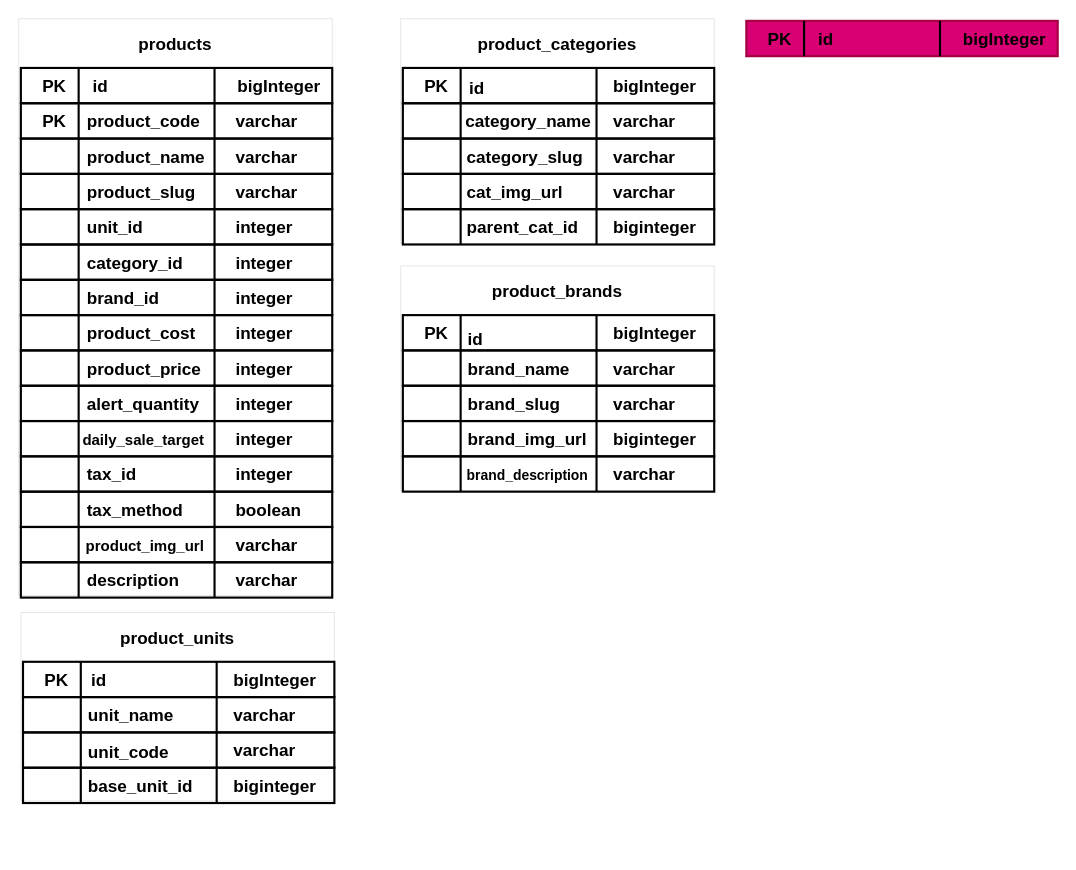
Above: page "products" (1 of 4) of inventory_db.drawio in efthakhar/inventory_sytem_database_design (draw.io), before the change. Source tidied: cells renumbered, new cells numbered last; positions are measured from the earlier drawing's top-left corner, leaving out a move shared by most shapes. Both pictures are drawn from the tidied source at 107%, with x=0, y=0 at pixel (18, 18).
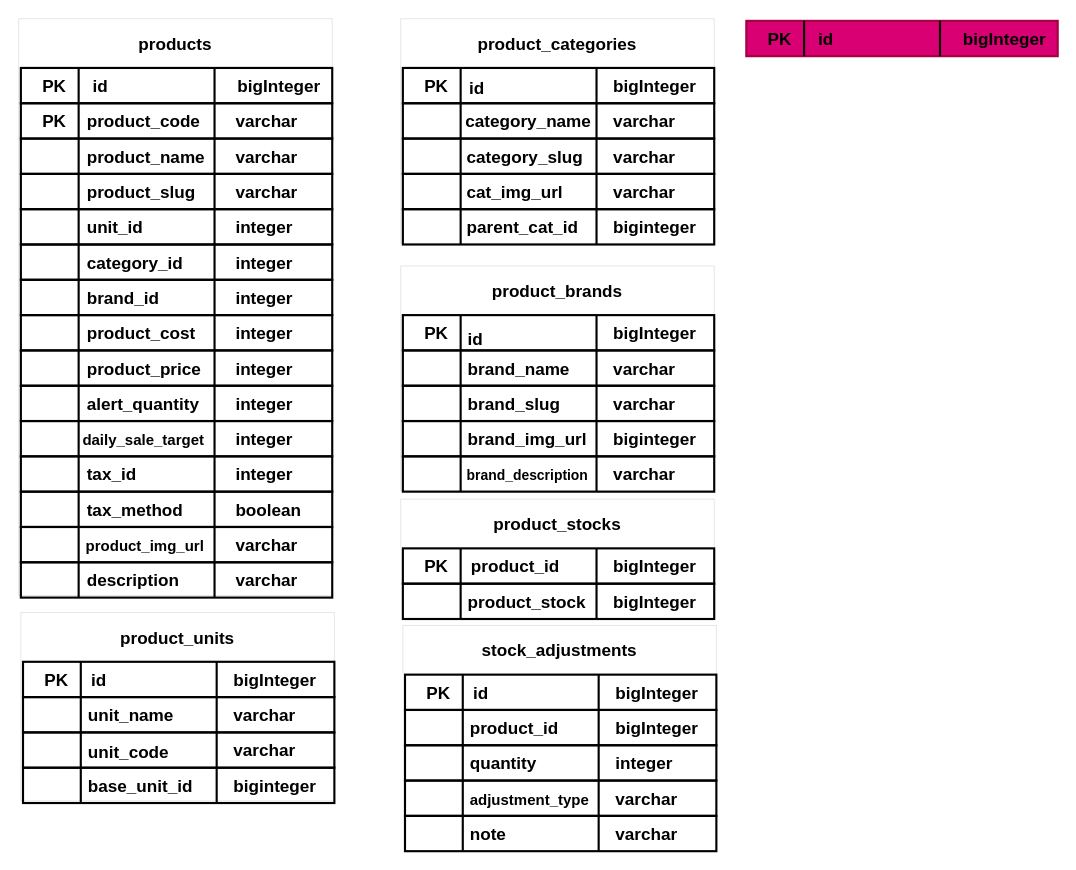
Above is the later version.

Change to the diagram source:
```diff
@@
+    <mxCell id="163" value="product_stocks" style="swimlane;startSize=45;fontSize=16;strokeColor=#000000;swimlaneLine=0;fontColor=default;strokeWidth=0;rounded=0;" parent="1" vertex="1">
+      <mxGeometry x="357" y="449" width="293" height="45" as="geometry" />
+    </mxCell>
+    <mxCell id="164" style="rounded=0;whiteSpace=wrap;html=1;labelBorderColor=none;fontSize=12;fontColor=default;strokeColor=#000000;strokeWidth=2;fillColor=none;flipV=0;flipH=1;rotation=0;" parent="163" vertex="1">
+      <mxGeometry x="2" y="46" width="291" height="33" as="geometry" />
+    </mxCell>
+    <mxCell id="165" value="bigInteger" style="text;html=1;align=left;verticalAlign=middle;fillColor=none;strokeColor=none;rounded=0;labelBorderColor=none;fontSize=16;fontColor=#000000;fontStyle=1;labelPosition=center;verticalLabelPosition=middle;spacing=0;flipV=0;flipH=1;rotation=0;" parent="164" vertex="1">
+      <mxGeometry x="197" y="5" width="87" height="23" as="geometry" />
+    </mxCell>
+    <mxCell id="166" value="product_id" style="text;html=1;align=left;verticalAlign=middle;fillColor=none;strokeColor=none;rounded=0;labelBorderColor=none;fontSize=16;fontColor=#000000;fontStyle=1;labelPosition=center;verticalLabelPosition=middle;flipV=0;flipH=1;rotation=0;" parent="164" vertex="1">
+      <mxGeometry x="62" y="5" width="93" height="23" as="geometry" />
+    </mxCell>
+    <mxCell id="167" value="PK" style="text;html=1;align=center;verticalAlign=middle;fillColor=none;strokeColor=none;rounded=0;labelBorderColor=none;fontSize=16;fontColor=#000000;fontStyle=1;labelPosition=center;verticalLabelPosition=middle;flipV=0;flipH=1;rotation=0;" parent="164" vertex="1">
+      <mxGeometry x="15" y="5" width="32" height="23" as="geometry" />
+    </mxCell>
+    <mxCell id="168" style="line;strokeWidth=2;direction=south;html=1;perimeter=backbonePerimeter;labelBorderColor=none;fontSize=12;fontColor=#000000;fillColor=none;strokeColor=#000000;flipV=0;flipH=1;rotation=0;rounded=0;" parent="164" vertex="1">
+      <mxGeometry x="49" width="10" height="33" as="geometry" />
+    </mxCell>
+    <mxCell id="169" style="line;strokeWidth=2;direction=south;html=1;perimeter=backbonePerimeter;labelBorderColor=none;fontSize=12;fontColor=#000000;fillColor=none;strokeColor=#000000;flipV=0;flipH=1;rotation=0;rounded=0;" parent="164" vertex="1">
+      <mxGeometry x="176" width="10" height="33" as="geometry" />
+    </mxCell>
+    <mxCell id="170" style="rounded=0;whiteSpace=wrap;html=1;labelBorderColor=none;fontSize=12;fontColor=default;strokeColor=#000000;strokeWidth=2;fillColor=none;flipV=0;flipH=1;rotation=0;" parent="1" vertex="1">
+      <mxGeometry x="359" y="528" width="291" height="33" as="geometry" />
+    </mxCell>
+    <mxCell id="171" value="bigInteger" style="text;html=1;align=left;verticalAlign=middle;fillColor=none;strokeColor=none;rounded=0;labelBorderColor=none;fontSize=16;fontColor=#000000;fontStyle=1;labelPosition=center;verticalLabelPosition=middle;spacing=0;flipV=0;flipH=1;rotation=0;" parent="170" vertex="1">
+      <mxGeometry x="197" y="5" width="87" height="23" as="geometry" />
+    </mxCell>
+    <mxCell id="172" value="product_stock" style="text;html=1;align=left;verticalAlign=middle;fillColor=none;strokeColor=none;rounded=0;labelBorderColor=none;fontSize=16;fontColor=#000000;fontStyle=1;labelPosition=center;verticalLabelPosition=middle;flipV=0;flipH=1;rotation=0;" parent="170" vertex="1">
+      <mxGeometry x="59" y="5" width="120" height="23" as="geometry" />
+    </mxCell>
+    <mxCell id="173" style="line;strokeWidth=2;direction=south;html=1;perimeter=backbonePerimeter;labelBorderColor=none;fontSize=12;fontColor=#000000;fillColor=none;strokeColor=#000000;flipV=0;flipH=1;rotation=0;rounded=0;" parent="170" vertex="1">
+      <mxGeometry x="49" width="10" height="33" as="geometry" />
+    </mxCell>
+    <mxCell id="174" style="line;strokeWidth=2;direction=south;html=1;perimeter=backbonePerimeter;labelBorderColor=none;fontSize=12;fontColor=#000000;fillColor=none;strokeColor=#000000;flipV=0;flipH=1;rotation=0;rounded=0;" parent="170" vertex="1">
+      <mxGeometry x="176" width="10" height="33" as="geometry" />
+    </mxCell>
+    <mxCell id="175" style="rounded=0;whiteSpace=wrap;html=1;labelBorderColor=none;fontSize=12;fontColor=default;strokeColor=#000000;strokeWidth=2;fillColor=none;flipV=0;flipH=1;rotation=0;" parent="1" vertex="1">
+      <mxGeometry x="361" y="679" width="291" height="33" as="geometry" />
+    </mxCell>
+    <mxCell id="176" value="integer" style="text;html=1;align=left;verticalAlign=middle;fillColor=none;strokeColor=none;rounded=0;labelBorderColor=none;fontSize=16;fontColor=#000000;fontStyle=1;labelPosition=center;verticalLabelPosition=middle;spacing=0;flipV=0;flipH=1;rotation=0;" parent="175" vertex="1">
+      <mxGeometry x="197" y="5" width="63" height="23" as="geometry" />
+    </mxCell>
+    <mxCell id="177" value="quantity" style="text;html=1;align=left;verticalAlign=middle;fillColor=none;strokeColor=none;rounded=0;labelBorderColor=none;fontSize=16;fontColor=#000000;fontStyle=1;labelPosition=center;verticalLabelPosition=middle;flipV=0;flipH=1;rotation=0;" parent="175" vertex="1">
+      <mxGeometry x="59" y="5" width="72" height="23" as="geometry" />
+    </mxCell>
+    <mxCell id="178" style="line;strokeWidth=2;direction=south;html=1;perimeter=backbonePerimeter;labelBorderColor=none;fontSize=12;fontColor=#000000;fillColor=none;strokeColor=#000000;flipV=0;flipH=1;rotation=0;rounded=0;" parent="175" vertex="1">
+      <mxGeometry x="49" width="10" height="33" as="geometry" />
+    </mxCell>
+    <mxCell id="179" style="line;strokeWidth=2;direction=south;html=1;perimeter=backbonePerimeter;labelBorderColor=none;fontSize=12;fontColor=#000000;fillColor=none;strokeColor=#000000;flipV=0;flipH=1;rotation=0;rounded=0;" parent="175" vertex="1">
+      <mxGeometry x="176" width="10" height="33" as="geometry" />
+    </mxCell>
+    <mxCell id="180" value="stock_adjustments" style="swimlane;startSize=45;fontSize=16;strokeColor=#000000;swimlaneLine=0;fontColor=default;strokeWidth=0;rounded=0;" parent="1" vertex="1">
+      <mxGeometry x="359" y="567" width="293" height="45" as="geometry" />
+    </mxCell>
+    <mxCell id="181" style="rounded=0;whiteSpace=wrap;html=1;labelBorderColor=none;fontSize=12;fontColor=default;strokeColor=#000000;strokeWidth=2;fillColor=none;flipV=0;flipH=1;rotation=0;" parent="180" vertex="1">
+      <mxGeometry x="2" y="46" width="291" height="33" as="geometry" />
+    </mxCell>
+    <mxCell id="182" value="bigInteger" style="text;html=1;align=left;verticalAlign=middle;fillColor=none;strokeColor=none;rounded=0;labelBorderColor=none;fontSize=16;fontColor=#000000;fontStyle=1;labelPosition=center;verticalLabelPosition=middle;spacing=0;flipV=0;flipH=1;rotation=0;" parent="181" vertex="1">
+      <mxGeometry x="197" y="5" width="87" height="23" as="geometry" />
+    </mxCell>
+    <mxCell id="183" value="id" style="text;html=1;align=left;verticalAlign=middle;fillColor=none;strokeColor=none;rounded=0;labelBorderColor=none;fontSize=16;fontColor=#000000;fontStyle=1;labelPosition=center;verticalLabelPosition=middle;flipV=0;flipH=1;rotation=0;" parent="181" vertex="1">
+      <mxGeometry x="62" y="5" width="24" height="23" as="geometry" />
+    </mxCell>
+    <mxCell id="184" value="PK" style="text;html=1;align=center;verticalAlign=middle;fillColor=none;strokeColor=none;rounded=0;labelBorderColor=none;fontSize=16;fontColor=#000000;fontStyle=1;labelPosition=center;verticalLabelPosition=middle;flipV=0;flipH=1;rotation=0;" parent="181" vertex="1">
+      <mxGeometry x="15" y="5" width="32" height="23" as="geometry" />
+    </mxCell>
+    <mxCell id="185" style="line;strokeWidth=2;direction=south;html=1;perimeter=backbonePerimeter;labelBorderColor=none;fontSize=12;fontColor=#000000;fillColor=none;strokeColor=#000000;flipV=0;flipH=1;rotation=0;rounded=0;" parent="181" vertex="1">
+      <mxGeometry x="49" width="10" height="33" as="geometry" />
+    </mxCell>
+    <mxCell id="186" style="line;strokeWidth=2;direction=south;html=1;perimeter=backbonePerimeter;labelBorderColor=none;fontSize=12;fontColor=#000000;fillColor=none;strokeColor=#000000;flipV=0;flipH=1;rotation=0;rounded=0;" parent="181" vertex="1">
+      <mxGeometry x="176" width="10" height="33" as="geometry" />
+    </mxCell>
+    <mxCell id="187" style="rounded=0;whiteSpace=wrap;html=1;labelBorderColor=none;fontSize=12;fontColor=default;strokeColor=#000000;strokeWidth=2;fillColor=none;flipV=0;flipH=1;rotation=0;" parent="1" vertex="1">
+      <mxGeometry x="361" y="646" width="291" height="33" as="geometry" />
+    </mxCell>
+    <mxCell id="188" value="bigInteger" style="text;html=1;align=left;verticalAlign=middle;fillColor=none;strokeColor=none;rounded=0;labelBorderColor=none;fontSize=16;fontColor=#000000;fontStyle=1;labelPosition=center;verticalLabelPosition=middle;spacing=0;flipV=0;flipH=1;rotation=0;" parent="187" vertex="1">
+      <mxGeometry x="197" y="5" width="87" height="23" as="geometry" />
+    </mxCell>
+    <mxCell id="189" value="product_id" style="text;html=1;align=left;verticalAlign=middle;fillColor=none;strokeColor=none;rounded=0;labelBorderColor=none;fontSize=16;fontColor=#000000;fontStyle=1;labelPosition=center;verticalLabelPosition=middle;flipV=0;flipH=1;rotation=0;" parent="187" vertex="1">
+      <mxGeometry x="59" y="5" width="93" height="23" as="geometry" />
+    </mxCell>
+    <mxCell id="190" style="line;strokeWidth=2;direction=south;html=1;perimeter=backbonePerimeter;labelBorderColor=none;fontSize=12;fontColor=#000000;fillColor=none;strokeColor=#000000;flipV=0;flipH=1;rotation=0;rounded=0;" parent="187" vertex="1">
+      <mxGeometry x="49" width="10" height="33" as="geometry" />
+    </mxCell>
+    <mxCell id="191" style="line;strokeWidth=2;direction=south;html=1;perimeter=backbonePerimeter;labelBorderColor=none;fontSize=12;fontColor=#000000;fillColor=none;strokeColor=#000000;flipV=0;flipH=1;rotation=0;rounded=0;" parent="187" vertex="1">
+      <mxGeometry x="176" width="10" height="33" as="geometry" />
+    </mxCell>
+    <mxCell id="192" style="rounded=0;whiteSpace=wrap;html=1;labelBorderColor=none;fontSize=12;fontColor=default;strokeColor=#000000;strokeWidth=2;fillColor=none;flipV=0;flipH=1;rotation=0;" parent="1" vertex="1">
+      <mxGeometry x="361" y="712" width="291" height="33" as="geometry" />
+    </mxCell>
+    <mxCell id="193" value="varchar" style="text;html=1;align=left;verticalAlign=middle;fillColor=none;strokeColor=none;rounded=0;labelBorderColor=none;fontSize=16;fontColor=#000000;fontStyle=1;labelPosition=center;verticalLabelPosition=middle;spacing=0;flipV=0;flipH=1;rotation=0;" parent="192" vertex="1">
+      <mxGeometry x="197" y="5" width="68" height="23" as="geometry" />
+    </mxCell>
+    <mxCell id="194" value="&lt;font style=&quot;font-size: 14px&quot;&gt;adjustment_type&lt;/font&gt;" style="text;html=1;align=left;verticalAlign=middle;fillColor=none;strokeColor=none;rounded=0;labelBorderColor=none;fontSize=16;fontColor=#000000;fontStyle=1;labelPosition=center;verticalLabelPosition=middle;flipV=0;flipH=1;rotation=0;" parent="192" vertex="1">
+      <mxGeometry x="59" y="5" width="121" height="24" as="geometry" />
+    </mxCell>
+    <mxCell id="195" style="line;strokeWidth=2;direction=south;html=1;perimeter=backbonePerimeter;labelBorderColor=none;fontSize=12;fontColor=#000000;fillColor=none;strokeColor=#000000;flipV=0;flipH=1;rotation=0;rounded=0;" parent="192" vertex="1">
+      <mxGeometry x="49" width="10" height="33" as="geometry" />
+    </mxCell>
+    <mxCell id="196" style="line;strokeWidth=2;direction=south;html=1;perimeter=backbonePerimeter;labelBorderColor=none;fontSize=12;fontColor=#000000;fillColor=none;strokeColor=#000000;flipV=0;flipH=1;rotation=0;rounded=0;" parent="192" vertex="1">
+      <mxGeometry x="176" width="10" height="33" as="geometry" />
+    </mxCell>
+    <mxCell id="197" style="rounded=0;whiteSpace=wrap;html=1;labelBorderColor=none;fontSize=12;fontColor=default;strokeColor=#000000;strokeWidth=2;fillColor=none;flipV=0;flipH=1;rotation=0;" parent="1" vertex="1">
+      <mxGeometry x="361" y="745" width="291" height="33" as="geometry" />
+    </mxCell>
+    <mxCell id="198" value="varchar" style="text;html=1;align=left;verticalAlign=middle;fillColor=none;strokeColor=none;rounded=0;labelBorderColor=none;fontSize=16;fontColor=#000000;fontStyle=1;labelPosition=center;verticalLabelPosition=middle;spacing=0;flipV=0;flipH=1;rotation=0;" parent="197" vertex="1">
+      <mxGeometry x="197" y="5" width="68" height="23" as="geometry" />
+    </mxCell>
+    <mxCell id="199" value="note" style="text;html=1;align=left;verticalAlign=middle;fillColor=none;strokeColor=none;rounded=0;labelBorderColor=none;fontSize=16;fontColor=#000000;fontStyle=1;labelPosition=center;verticalLabelPosition=middle;flipV=0;flipH=1;rotation=0;" parent="197" vertex="1">
+      <mxGeometry x="59" y="5" width="44" height="23" as="geometry" />
+    </mxCell>
+    <mxCell id="200" style="line;strokeWidth=2;direction=south;html=1;perimeter=backbonePerimeter;labelBorderColor=none;fontSize=12;fontColor=#000000;fillColor=none;strokeColor=#000000;flipV=0;flipH=1;rotation=0;rounded=0;" parent="197" vertex="1">
+      <mxGeometry x="49" width="10" height="33" as="geometry" />
+    </mxCell>
+    <mxCell id="201" style="line;strokeWidth=2;direction=south;html=1;perimeter=backbonePerimeter;labelBorderColor=none;fontSize=12;fontColor=#000000;fillColor=none;strokeColor=#000000;flipV=0;flipH=1;rotation=0;rounded=0;" parent="197" vertex="1">
+      <mxGeometry x="176" width="10" height="33" as="geometry" />
+    </mxCell>
```
